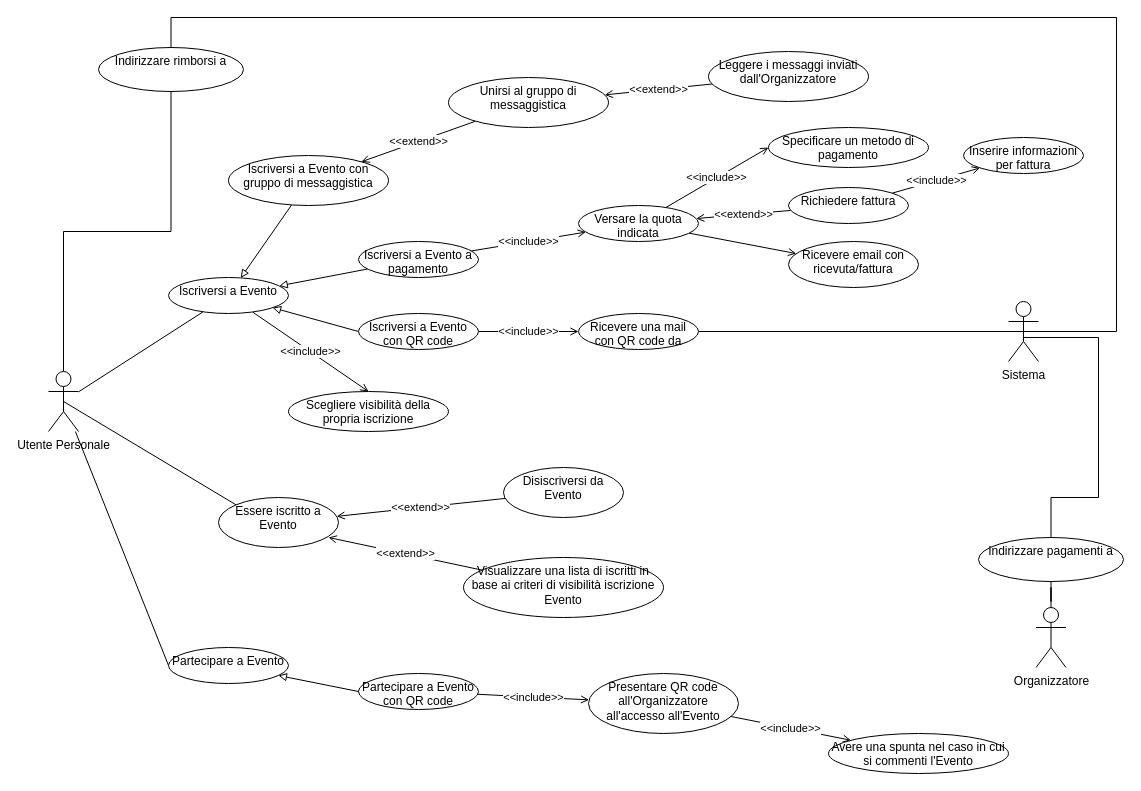
Earlier version of the draw.io diagram UseCase/RF15_Iscrizione_Evento/Iscrizione_Evento.drawio (4spot-team/documentation). Source tidied: cells renumbered, new cells numbered last; positions are measured from the earlier drawing's top-left corner, leaving out a move shared by most shapes. Both pictures are drawn from the tidied source at 100%, with x=0, y=0 at pixel (48, 17).
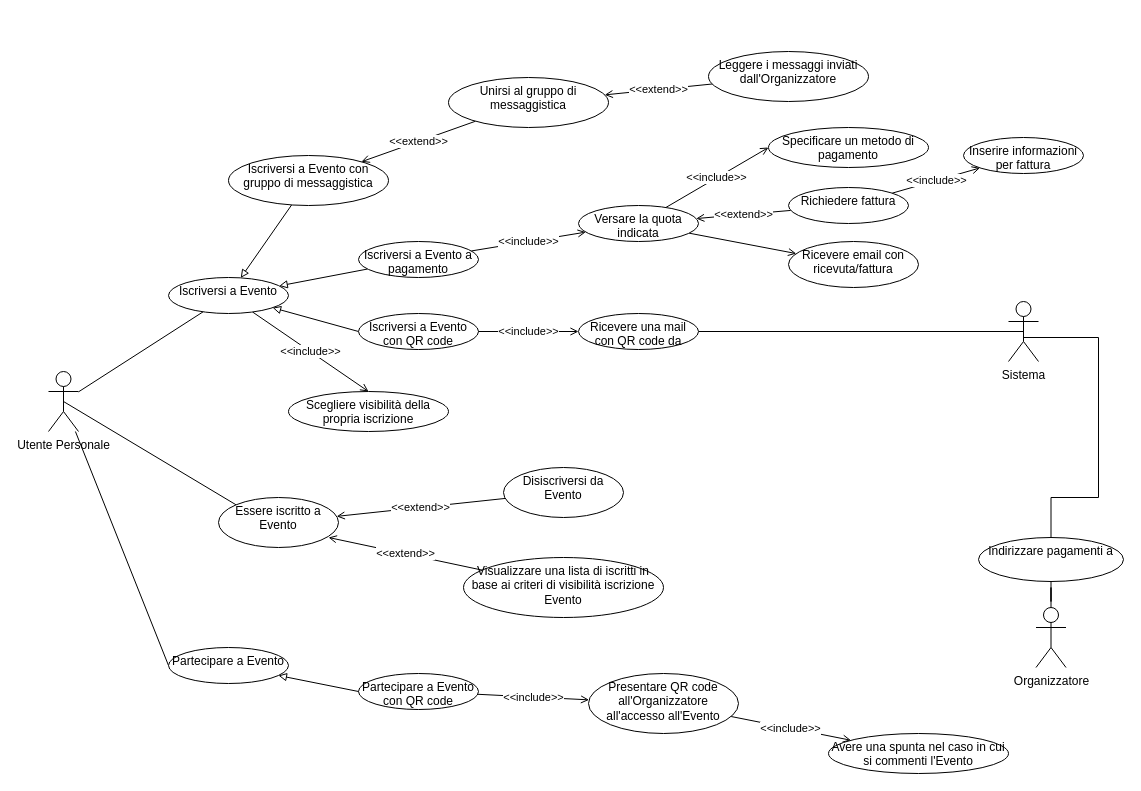
After the change.

Commit message (it also covers changes not shown here):
Remove 'indirizzare rimborso' from Iscrizione_Evento.

The change refers to these unchanged cells:
```xml
<mxCell id="5" value="Utente Personale" style="shape=umlActor;verticalLabelPosition=bottom;verticalAlign=top;html=1;outlineConnect=0;" parent="1" vertex="1">
  <mxGeometry y="354" width="30" height="60" as="geometry" />
</mxCell>
<mxCell id="29" value="Sistema" style="shape=umlActor;verticalLabelPosition=bottom;verticalAlign=top;html=1;outlineConnect=0;" parent="1" vertex="1">
  <mxGeometry x="960" y="284" width="30" height="60" as="geometry" />
</mxCell>
```

What changed in the source:
```diff
@@
-    <mxCell id="42" style="edgeStyle=orthogonalEdgeStyle;rounded=0;jettySize=auto;html=1;entryX=0.5;entryY=0;entryDx=0;entryDy=0;endArrow=none;endFill=0;exitX=0.5;exitY=0.5;exitDx=0;exitDy=0;exitPerimeter=0;" parent="1" edge="1" source="29" target="47">
-      <mxGeometry relative="1" as="geometry">
-        <Array as="points">
-          <mxPoint x="1068" y="314" />
-          <mxPoint x="1068" />
-          <mxPoint x="123" />
-        </Array>
-      </mxGeometry>
-    </mxCell>
@@
-    <mxCell id="46" style="edgeStyle=orthogonalEdgeStyle;rounded=0;jettySize=auto;html=1;entryX=0.5;entryY=0;entryDx=0;entryDy=0;entryPerimeter=0;endArrow=none;endFill=0;exitX=0.5;exitY=1;exitDx=0;exitDy=0;" parent="1" edge="1" source="47" target="5">
-      <mxGeometry relative="1" as="geometry" />
-    </mxCell>
-    <mxCell id="47" value="Indirizzare rimborsi a" style="ellipse;whiteSpace=wrap;html=1;verticalAlign=top;" parent="1" vertex="1">
-      <mxGeometry x="50" y="30" width="145" height="44" as="geometry" />
-    </mxCell>
```
